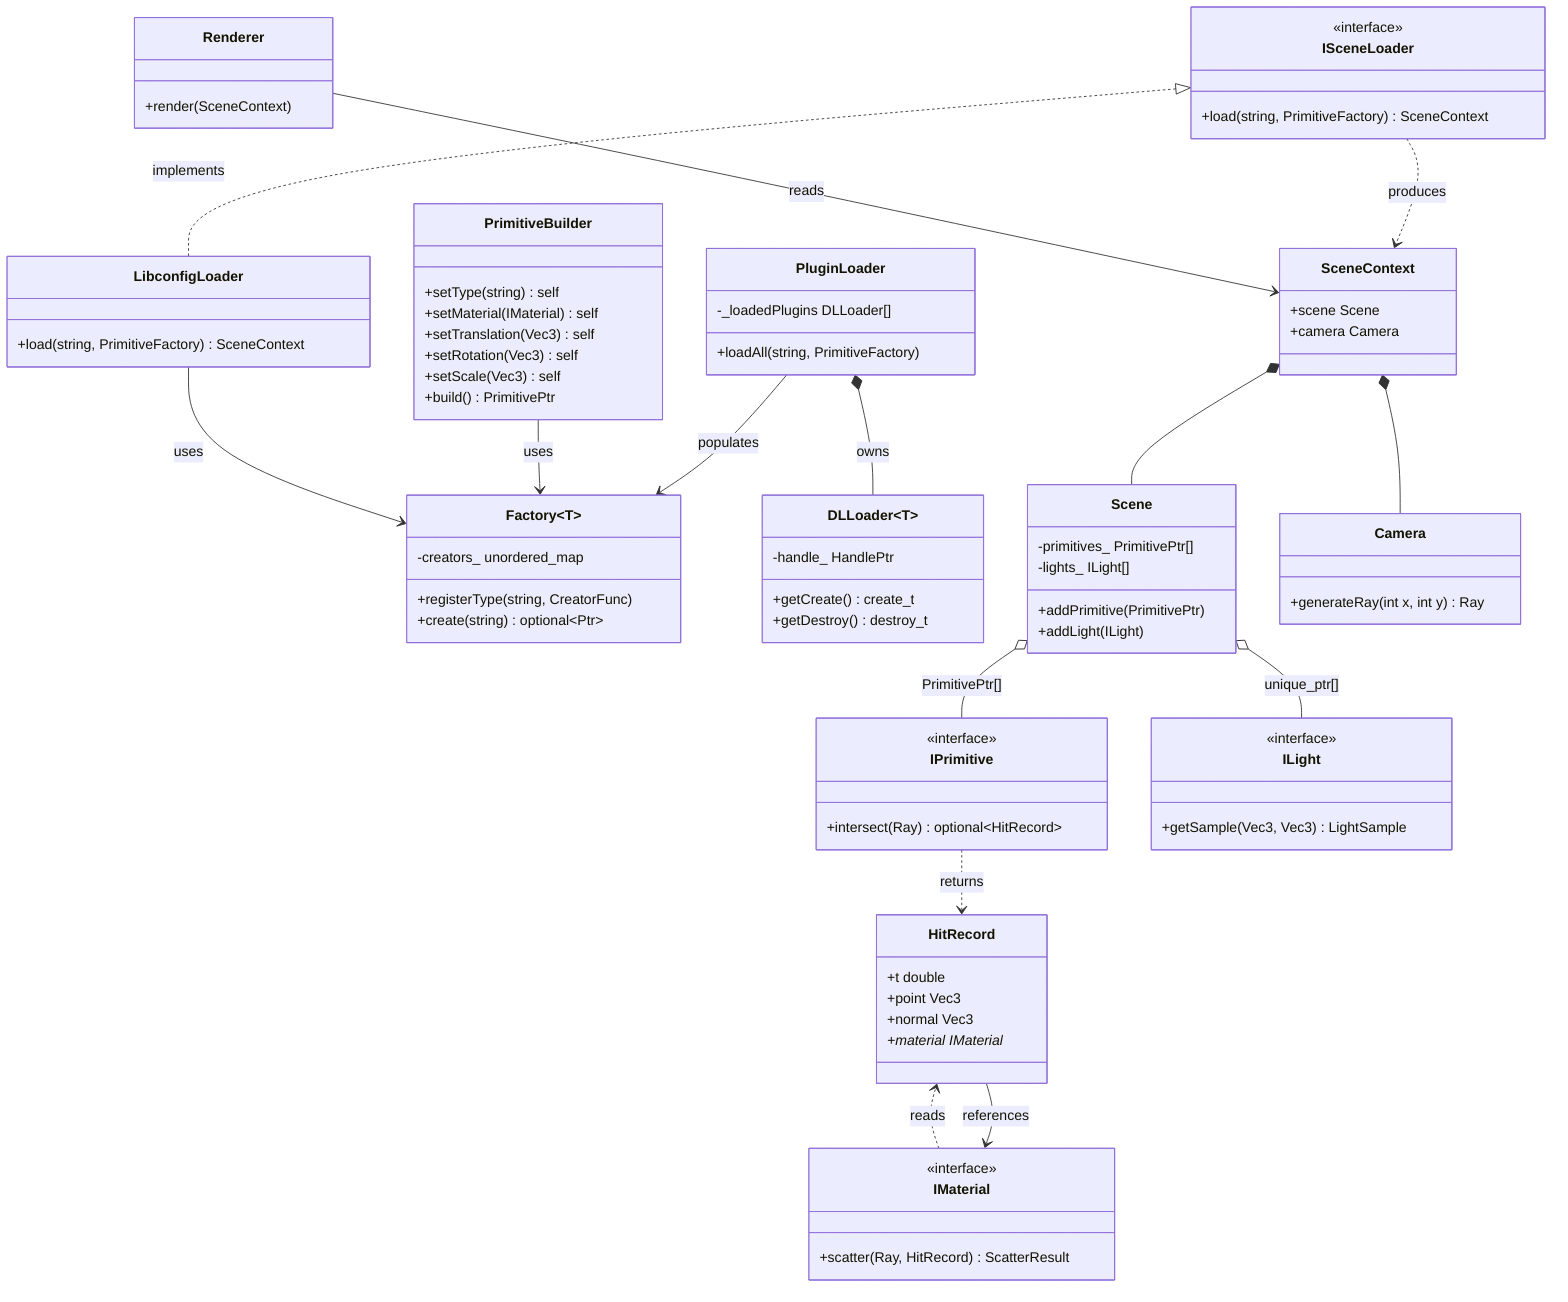
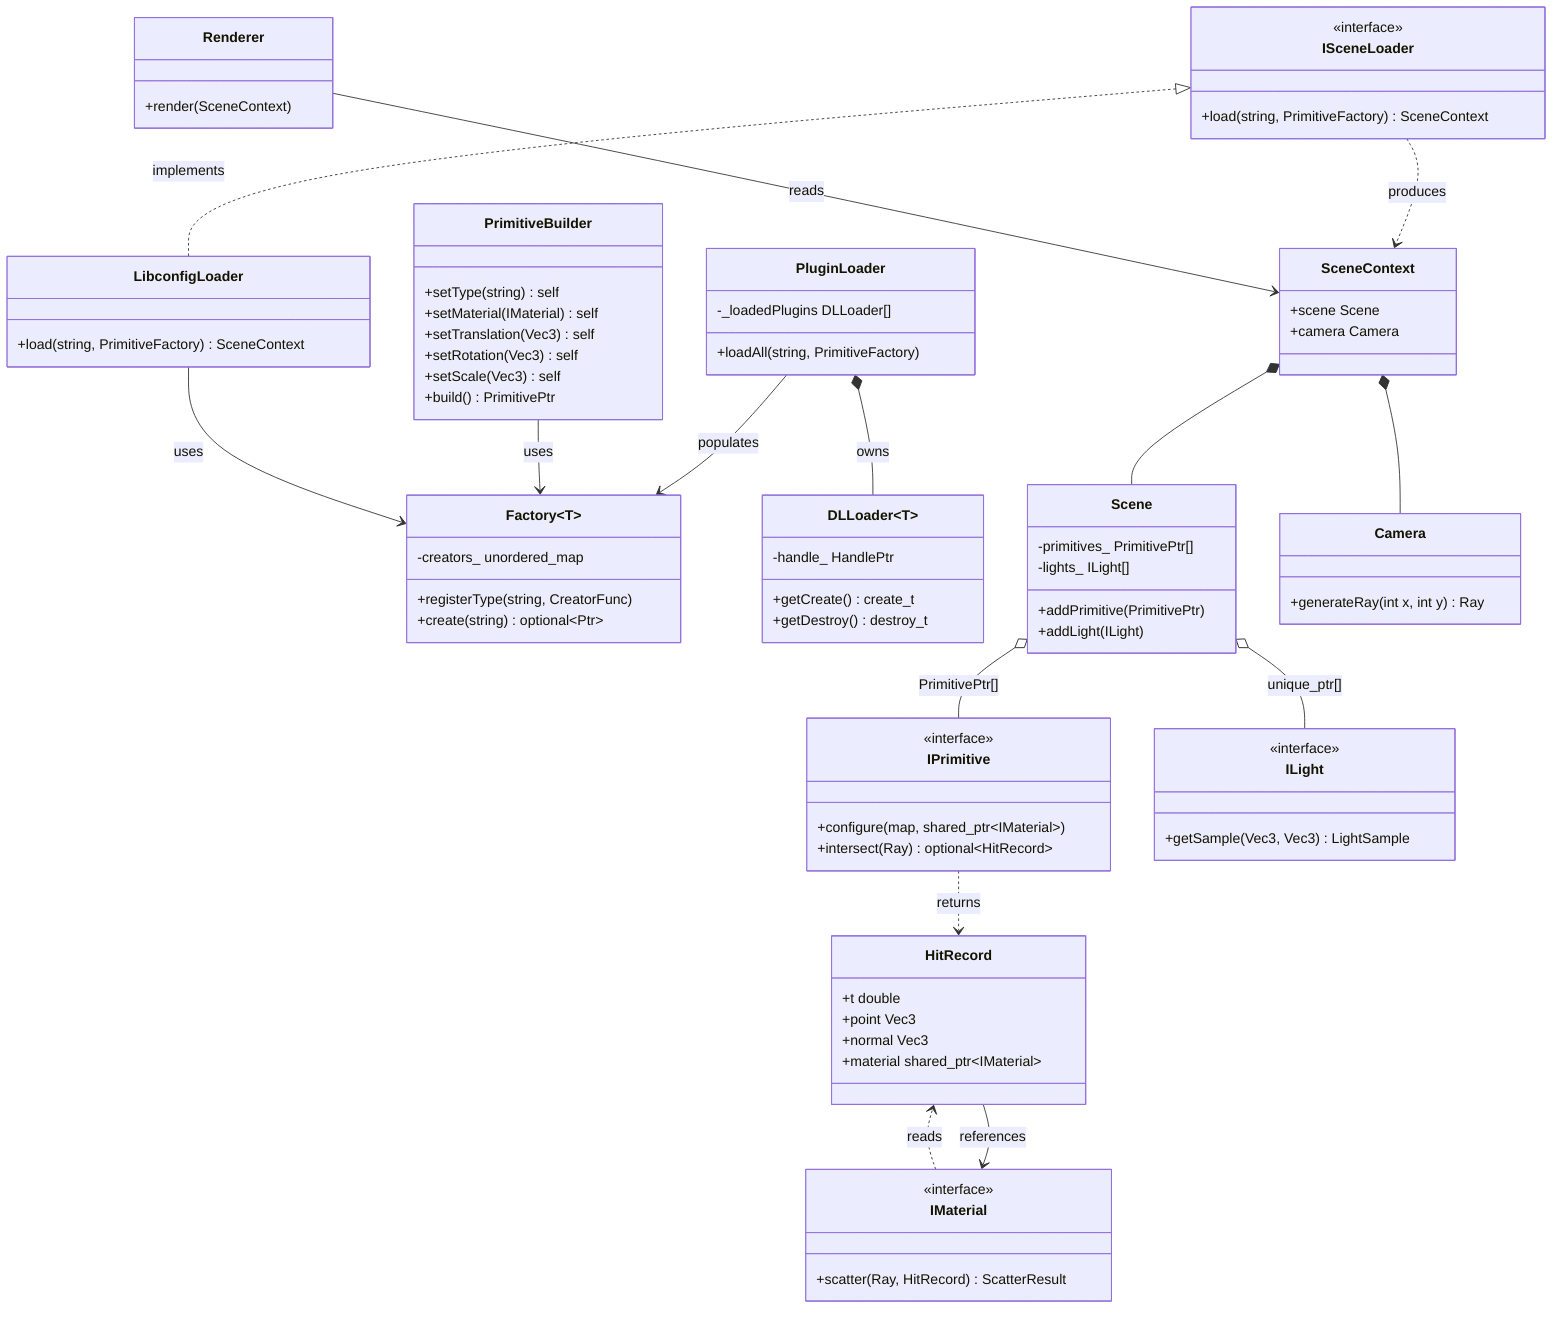
classDiagram
    direction TB

    class IPrimitive {
        <<interface>>
+         +configure(map, shared_ptr~IMaterial~)
        +intersect(Ray) optional~HitRecord~
    }
    class IMaterial {
        <<interface>>
        +scatter(Ray, HitRecord) ScatterResult
    }
    class ILight {
        <<interface>>
        +getSample(Vec3, Vec3) LightSample
    }
    class ISceneLoader {
        <<interface>>
        +load(string, PrimitiveFactory) SceneContext
    }

    class Factory~T~ {
        -creators_ unordered_map
        +registerType(string, CreatorFunc)
        +create(string) optional~Ptr~
    }
    class DLLoader~T~ {
        -handle_ HandlePtr
        +getCreate() create_t
        +getDestroy() destroy_t
    }
    class PluginLoader {
        -_loadedPlugins DLLoader[]
        +loadAll(string, PrimitiveFactory)
    }
    class LibconfigLoader {
        +load(string, PrimitiveFactory) SceneContext
    }

    class Scene {
        -primitives_ PrimitivePtr[]
        -lights_ ILight[]
        +addPrimitive(PrimitivePtr)
        +addLight(ILight)
    }
    class Camera {
        +generateRay(int x, int y) Ray
    }
    class SceneContext {
        +scene Scene
        +camera Camera
    }
    class PrimitiveBuilder {
        +setType(string) self
        +setMaterial(IMaterial) self
        +setTranslation(Vec3) self
        +setRotation(Vec3) self
        +setScale(Vec3) self
        +build() PrimitivePtr
    }
    class Renderer {
        +render(SceneContext)
    }
    class HitRecord {
        +t double
        +point Vec3
        +normal Vec3
-         +material IMaterial*
+         +material shared_ptr~IMaterial~
    }

    ISceneLoader <|.. LibconfigLoader : implements
    PluginLoader *-- DLLoader~T~ : owns
    PluginLoader --> Factory~T~ : populates
    PrimitiveBuilder --> Factory~T~ : uses
    LibconfigLoader --> Factory~T~ : uses
    Scene o-- IPrimitive : PrimitivePtr[]
    Scene o-- ILight : unique_ptr[]
    SceneContext *-- Scene
    SceneContext *-- Camera
    ISceneLoader ..> SceneContext : produces
    Renderer --> SceneContext : reads
    HitRecord --> IMaterial : references
    IPrimitive ..> HitRecord : returns
    IMaterial ..> HitRecord : reads
